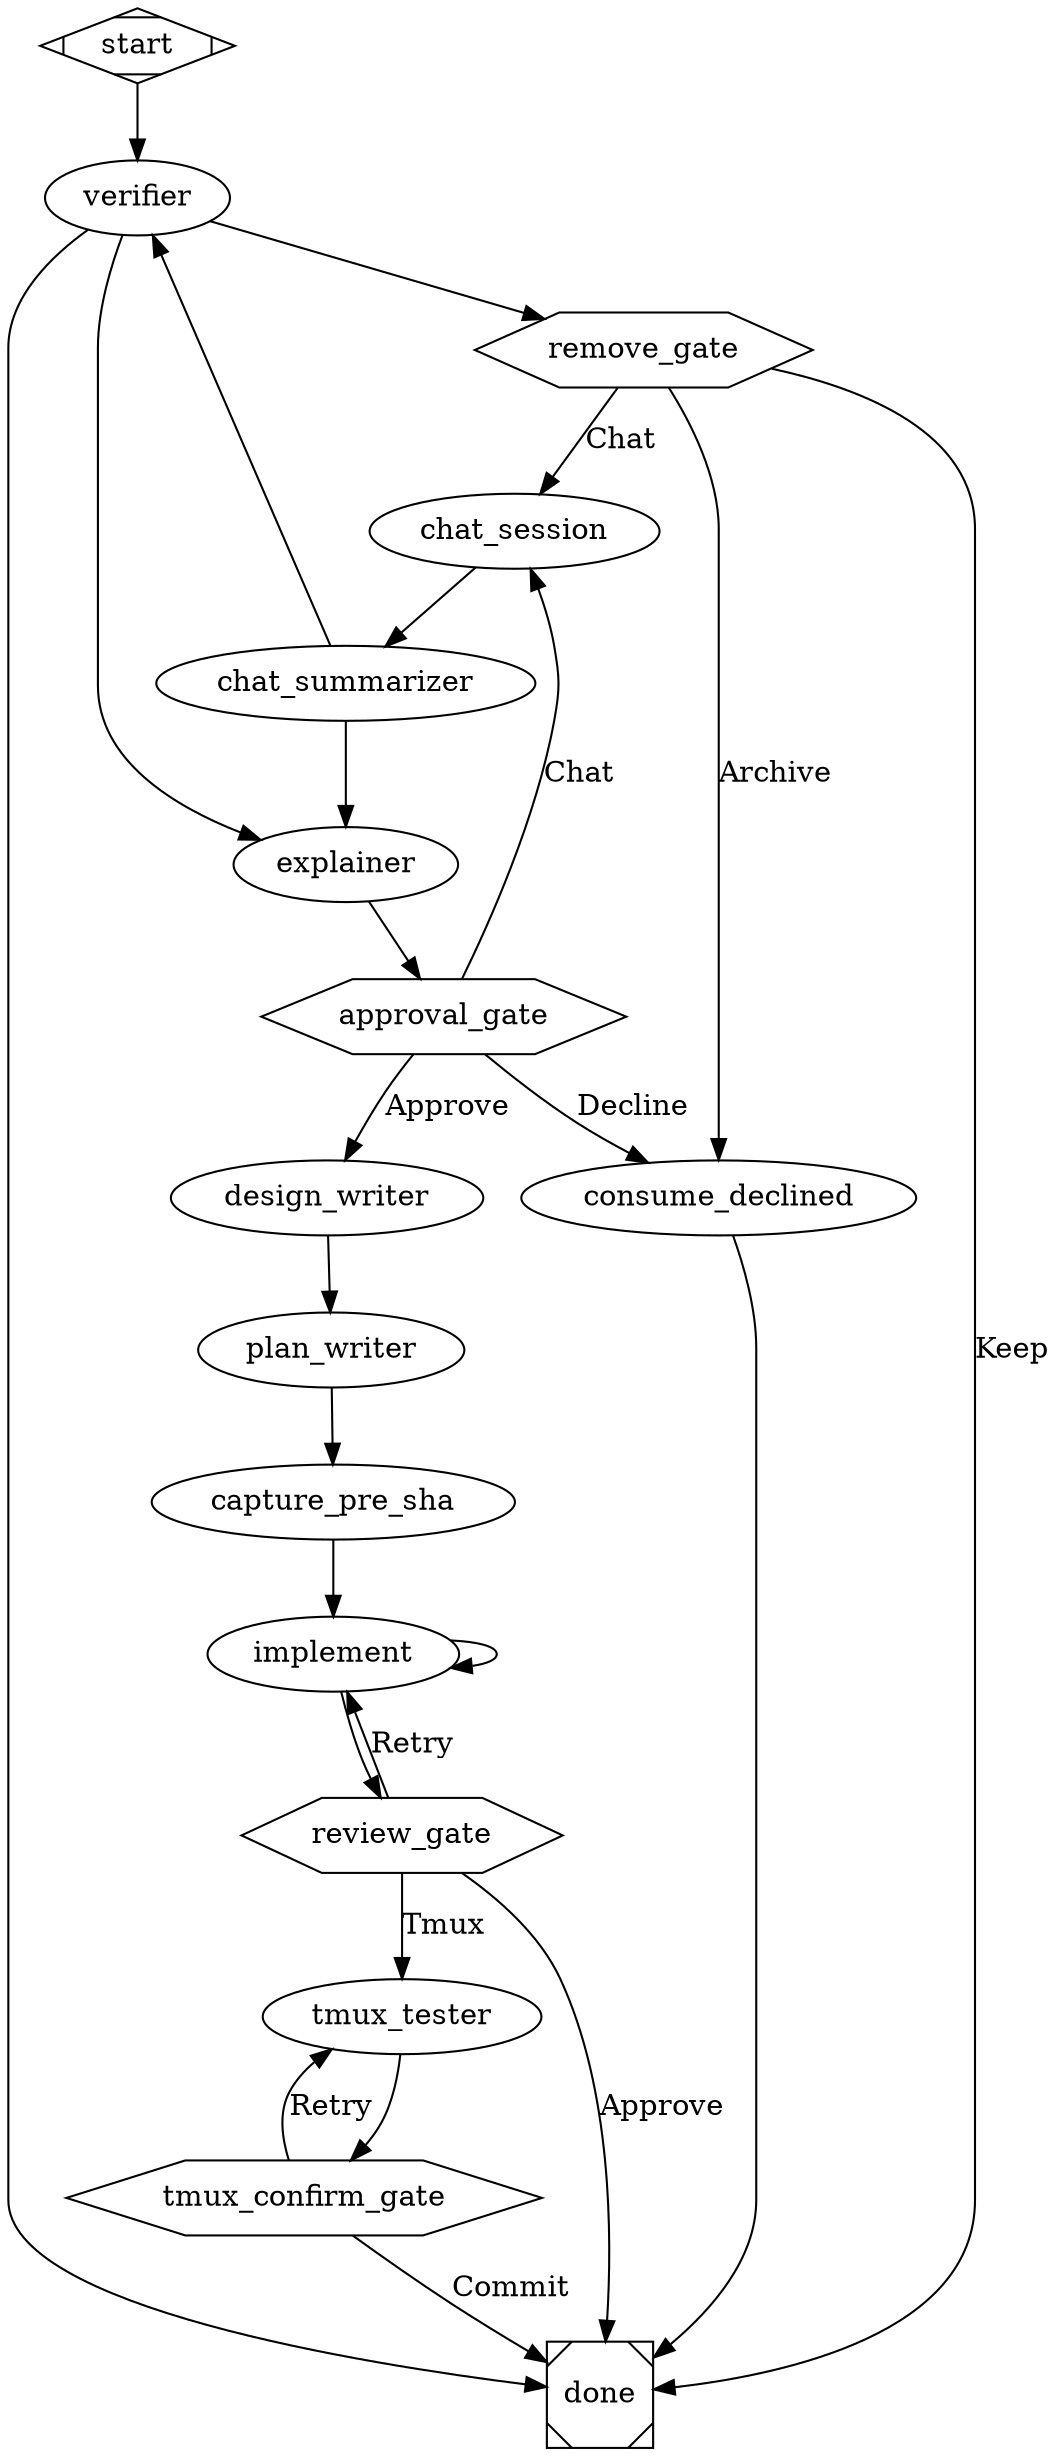
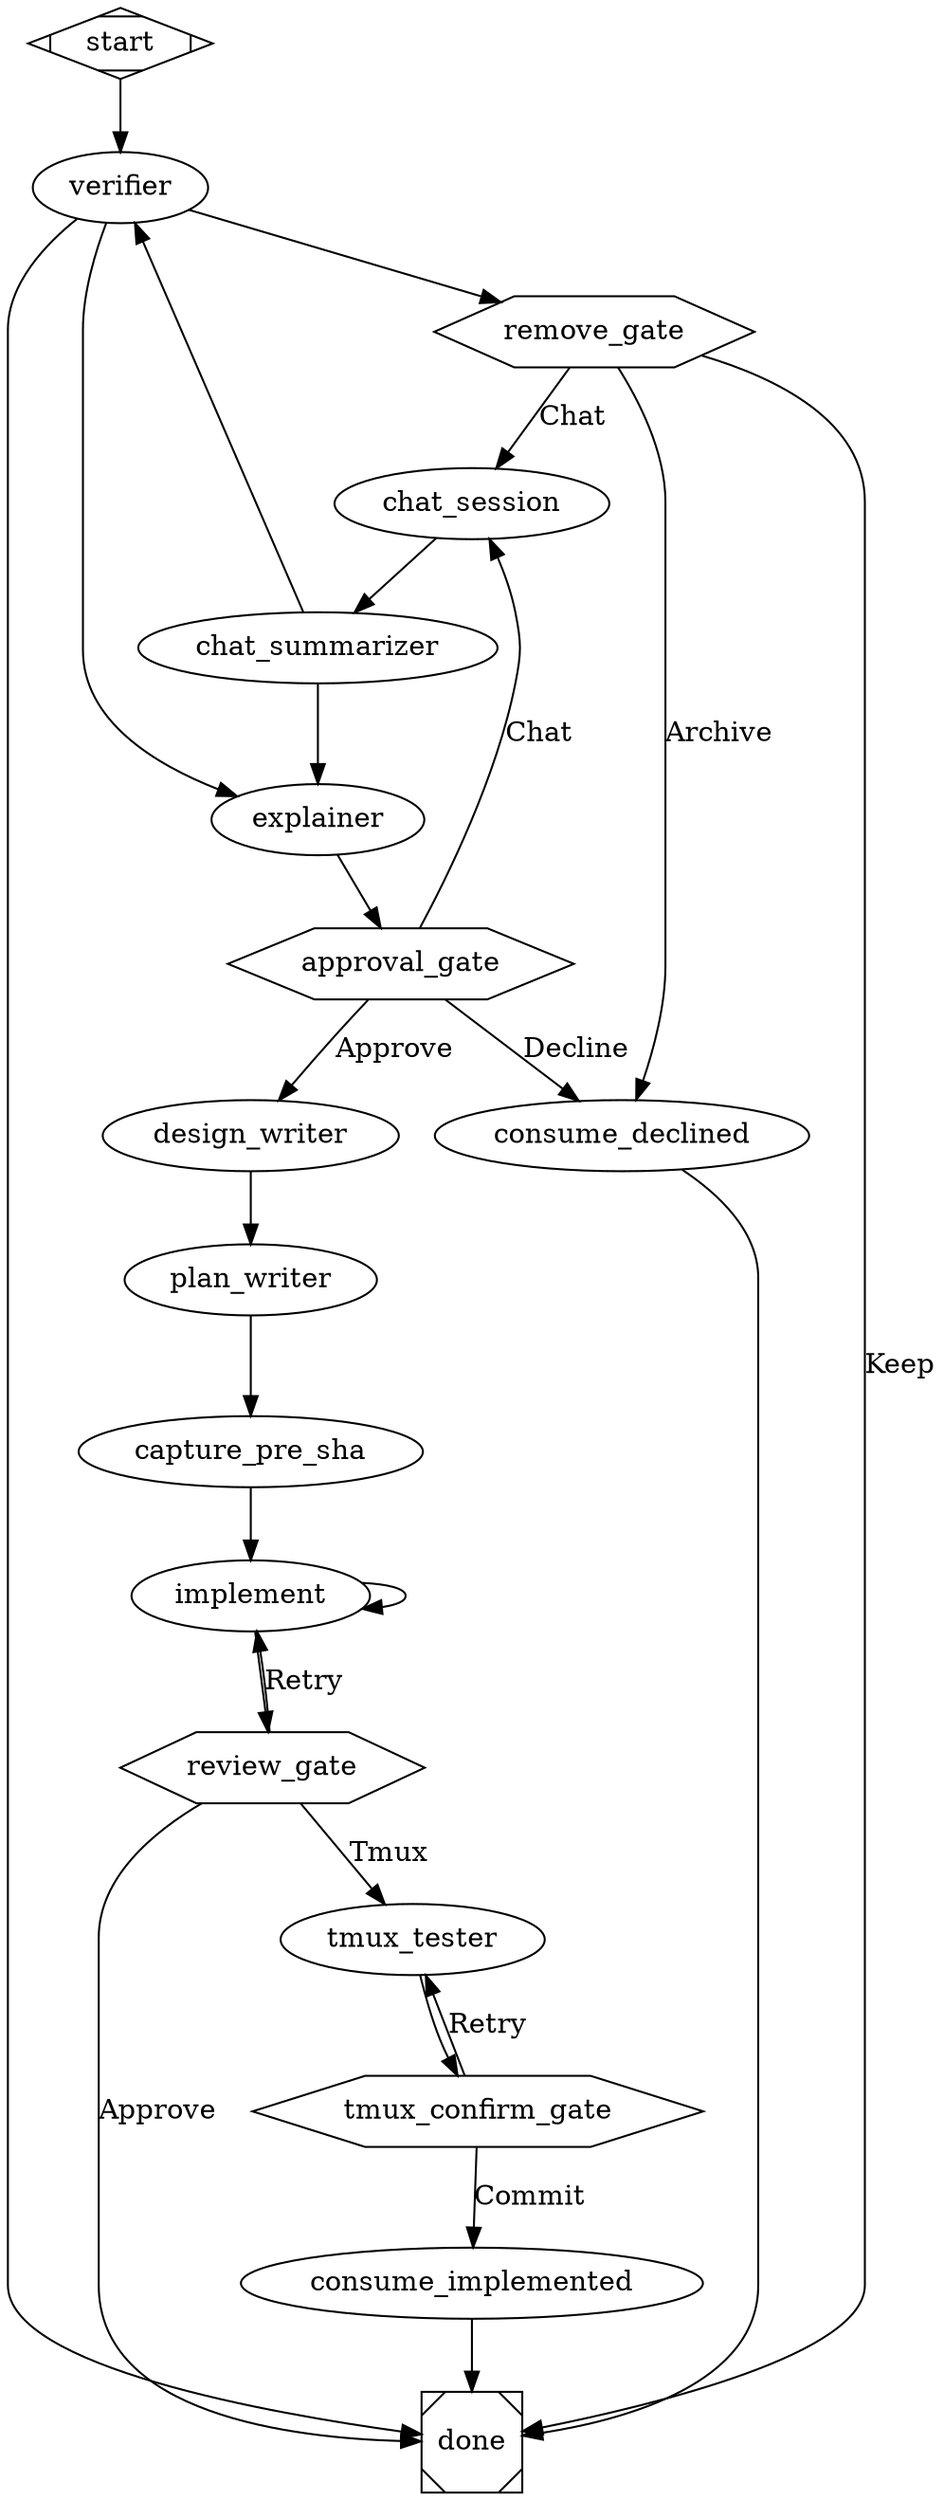
digraph illumination_to_implementation {
  goal="Triage an illumination into an approved design doc, implementation plan, and committed code"
  headless_safe=false
  inputs="project, run_id"

  start [shape=Mdiamond]

  // ── Phase 1: Illumination triage (from illumination-to-plan) ──────────────

  verifier [agent="verifier", default_refinements="", default_illumination_path=""]

  remove_gate [shape=hexagon]

  consume_declined [type="tool",
                    cwd="$project",
                    script_file="consume.mjs",
                    script_args="$verifier.illumination_path declined"]
+ 
+   consume_implemented [type="tool",
+                        cwd="$project",
+                        script_file="consume.mjs",
+                        script_args="$verifier.illumination_path implemented"]

  explainer [agent="change-explainer", default_refinements=""]

  approval_gate [shape=hexagon, default_refinements=""]

  chat_session [agent="chat-refiner", interactive=true, default_refinements=""]

  chat_summarizer [agent="chat-summarizer", default_refinements=""]

  design_writer [agent="design-writer", default_refinements="No interactive refinements were requested."]

  plan_writer [agent="plan-writer", default_refinements="No interactive refinements were requested."]

  // ── Phase 2: Implementation ───────────────────────────────────────────────

  capture_pre_sha [type="tool",
                   cwd="$project",
                   script_file="capture-pre-sha.sh",
                   produces_from_stdout="true",
                   produces="pre_sha"]

  implement [agent="implement", max_retries=1]

  review_gate [shape=hexagon]

  tmux_tester [agent="tmux-tester"]

  tmux_confirm_gate [shape=hexagon]

  done [shape=Msquare]

  // ── Routing: Phase 1 ─────────────────────────────────────────────────────
  start -> verifier
  verifier -> remove_gate      [condition="verifier.preferred_label=false"]
  verifier -> explainer        [condition="verifier.preferred_label=true"]
  verifier -> done             [condition="verifier.preferred_label=empty"]

  // False path
  remove_gate -> consume_declined  [label="Archive"]
  remove_gate -> done           [label="Keep"]
  remove_gate -> chat_session   [label="Chat"]

  // True path
  explainer -> approval_gate
  approval_gate -> consume_declined  [label="Decline"]
  approval_gate -> design_writer  [label="Approve"]
  approval_gate -> chat_session   [label="Chat"]

  // Chat loop — re-render explainer with refinements before re-prompting at gate.
  // When the chat materially alters scope, loop back through verifier so $summary
  // and $explanation reflect the refined scope, not the original illumination pass.
  // Cosmetic refinements skip the expensive verifier re-pass and re-render the
  // explainer directly with the updated $refinements.
  chat_session -> chat_summarizer
  chat_summarizer -> verifier  [condition="chat_summarizer.scope_changed=true"]
  chat_summarizer -> explainer [condition="chat_summarizer.scope_changed=false"]

  // Decline branch terminator
  consume_declined -> done

  // Plan writing — plan_writer hands its plan_path to capture_pre_sha,
  // which records HEAD before any implementation work and dominates implement
  // + tmux_tester so both consume capture_pre_sha.pre_sha deterministically.
  design_writer -> plan_writer -> capture_pre_sha -> implement

  // ── Routing: Phase 2 ─────────────────────────────────────────────────────

  implement -> implement           [condition="implement.success=false"]
  implement -> review_gate
  review_gate -> done              [label="Approve"]
  review_gate -> tmux_tester       [label="Tmux"]
  review_gate -> implement         [label="Retry"]

  tmux_tester -> tmux_confirm_gate
-   tmux_confirm_gate -> done        [label="Commit"]
-   tmux_confirm_gate -> tmux_tester [label="Retry"]
+   tmux_confirm_gate -> consume_implemented [label="Commit"]
+   tmux_confirm_gate -> tmux_tester         [label="Retry"]
+   consume_implemented -> done
}
